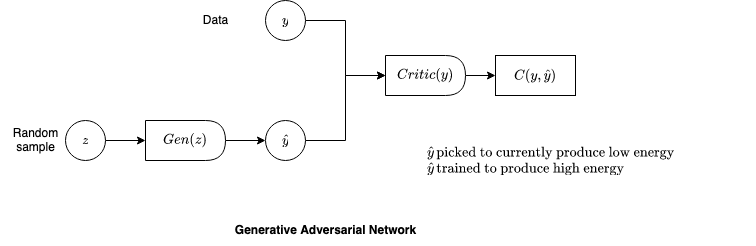
Before: machine_learning/diagrams/gan.drawio.png, a diagram exported from draw.io (analytiq-hub/sigagent.github.io). Source tidied: cells renumbered, new cells last; positions are measured from the earlier drawing's top-left corner, leaving out a move shared by most shapes. The source it was exported from:
```xml
<mxGraphModel background="#ffffff" math="1">
  <root>
    <mxCell id="0" />
    <mxCell id="1" parent="0" />
    <mxCell id="2" style="edgeStyle=orthogonalEdgeStyle;rounded=0;jettySize=auto;html=1;exitX=1;exitY=0.5;exitDx=0;exitDy=0;entryX=0.5;entryY=1;entryDx=0;entryDy=0;" parent="1" edge="1" source="3">
      <mxGeometry relative="1" as="geometry">
        <mxPoint x="145" y="140" as="targetPoint" />
      </mxGeometry>
    </mxCell>
    <mxCell id="3" value="$$z$$" style="ellipse;whiteSpace=wrap;html=1;" parent="1" vertex="1">
      <mxGeometry x="65" y="120" width="40" height="40" as="geometry" />
    </mxCell>
    <mxCell id="4" value="&lt;div&gt;Random &lt;br&gt;&lt;/div&gt;&lt;div&gt;sample&lt;/div&gt;" style="text;html=1;align=center;verticalAlign=middle;strokeColor=none;fillColor=none;" parent="1" vertex="1">
      <mxGeometry y="120" width="70" height="40" as="geometry" />
    </mxCell>
    <mxCell id="5" value="&lt;b&gt;Generative Adversarial Network&lt;/b&gt;" style="text;html=1;align=center;verticalAlign=middle;strokeColor=none;fillColor=none;" parent="1" vertex="1">
      <mxGeometry x="225" y="215" width="200" height="30" as="geometry" />
    </mxCell>
    <mxCell id="6" value="$$C(y, \hat{y})$$" style="rounded=0;whiteSpace=wrap;html=1;" parent="1" vertex="1">
      <mxGeometry x="495" y="55" width="80" height="40" as="geometry" />
    </mxCell>
    <mxCell id="7" style="edgeStyle=orthogonalEdgeStyle;rounded=0;jettySize=auto;html=1;exitX=0.5;exitY=0;exitDx=0;exitDy=0;entryX=0;entryY=0.5;entryDx=0;entryDy=0;" parent="1" edge="1" target="9">
      <mxGeometry relative="1" as="geometry">
        <mxPoint x="225" y="140" as="sourcePoint" />
      </mxGeometry>
    </mxCell>
    <mxCell id="8" style="edgeStyle=orthogonalEdgeStyle;rounded=0;jettySize=auto;html=1;entryX=0;entryY=0.5;entryDx=0;entryDy=0;" parent="1" edge="1" source="9" target="16">
      <mxGeometry relative="1" as="geometry" />
    </mxCell>
    <mxCell id="9" value="$$\hat{y}$$" style="ellipse;whiteSpace=wrap;html=1;" parent="1" vertex="1">
      <mxGeometry x="265" y="120" width="40" height="40" as="geometry" />
    </mxCell>
    <mxCell id="10" style="edgeStyle=orthogonalEdgeStyle;rounded=0;jettySize=auto;html=1;exitX=1;exitY=0.5;exitDx=0;exitDy=0;entryX=0;entryY=0.5;entryDx=0;entryDy=0;" parent="1" edge="1" source="11" target="16">
      <mxGeometry relative="1" as="geometry" />
    </mxCell>
    <mxCell id="11" value="$$y$$" style="ellipse;whiteSpace=wrap;html=1;" parent="1" vertex="1">
      <mxGeometry x="265" width="40" height="40" as="geometry" />
    </mxCell>
    <mxCell id="12" value="&lt;div&gt;$$\hat{y}\, \text{picked to currently produce low energy}$$&lt;/div&gt;&lt;div&gt;$$\hat{y}\, \text{trained to produce high energy}$$&lt;/div&gt;" style="text;html=1;align=left;verticalAlign=middle;strokeColor=none;fillColor=none;" parent="1" vertex="1">
      <mxGeometry x="425" y="140" width="330" height="40" as="geometry" />
    </mxCell>
    <mxCell id="13" style="edgeStyle=orthogonalEdgeStyle;rounded=0;jettySize=auto;html=1;exitX=0.5;exitY=0;exitDx=0;exitDy=0;" parent="1" edge="1" target="6">
      <mxGeometry relative="1" as="geometry">
        <mxPoint x="465" y="75" as="sourcePoint" />
      </mxGeometry>
    </mxCell>
    <mxCell id="14" value="Data" style="text;html=1;align=center;verticalAlign=middle;strokeColor=none;fillColor=none;" parent="1" vertex="1">
      <mxGeometry x="190" y="5" width="50" height="30" as="geometry" />
    </mxCell>
    <mxCell id="15" value="$$Gen(z)$$" style="shape=delay;whiteSpace=wrap;html=1;" parent="1" vertex="1">
      <mxGeometry x="145" y="120" width="80" height="40" as="geometry" />
    </mxCell>
    <mxCell id="16" value="$$Critic(y)$$" style="shape=delay;whiteSpace=wrap;html=1;" parent="1" vertex="1">
      <mxGeometry x="385" y="55" width="80" height="40" as="geometry" />
    </mxCell>
  </root>
</mxGraphModel>
```
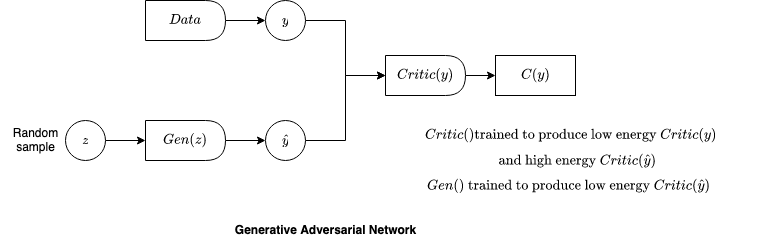
The same diagram one commit later.

What changed in the source:
```diff
@@ -16,7 +16,7 @@
     <mxCell id="5" value="&lt;b&gt;Generative Adversarial Network&lt;/b&gt;" style="text;html=1;align=center;verticalAlign=middle;strokeColor=none;fillColor=none;" parent="1" vertex="1">
       <mxGeometry x="225" y="215" width="200" height="30" as="geometry" />
     </mxCell>
-    <mxCell id="6" value="$$C(y, \hat{y})$$" style="rounded=0;whiteSpace=wrap;html=1;" parent="1" vertex="1">
+    <mxCell id="6" value="$$C(y)$$" style="rounded=0;whiteSpace=wrap;html=1;" parent="1" vertex="1">
       <mxGeometry x="495" y="55" width="80" height="40" as="geometry" />
     </mxCell>
     <mxCell id="7" style="edgeStyle=orthogonalEdgeStyle;rounded=0;jettySize=auto;html=1;exitX=0.5;exitY=0;exitDx=0;exitDy=0;entryX=0;entryY=0.5;entryDx=0;entryDy=0;" parent="1" edge="1" target="9">
@@ -36,22 +36,31 @@
     <mxCell id="11" value="$$y$$" style="ellipse;whiteSpace=wrap;html=1;" parent="1" vertex="1">
       <mxGeometry x="265" width="40" height="40" as="geometry" />
     </mxCell>
-    <mxCell id="12" value="&lt;div&gt;$$\hat{y}\, \text{picked to currently produce low energy}$$&lt;/div&gt;&lt;div&gt;$$\hat{y}\, \text{trained to produce high energy}$$&lt;/div&gt;" style="text;html=1;align=left;verticalAlign=middle;strokeColor=none;fillColor=none;" parent="1" vertex="1">
-      <mxGeometry x="425" y="140" width="330" height="40" as="geometry" />
+    <mxCell id="12" value="&lt;div&gt;$$Gen() \text{ trained to produce low energy } Critic(\hat{y})$$&lt;/div&gt;" style="text;html=1;align=left;verticalAlign=middle;strokeColor=none;fillColor=none;" parent="1" vertex="1">
+      <mxGeometry x="425" y="170" width="350" height="30" as="geometry" />
     </mxCell>
     <mxCell id="13" style="edgeStyle=orthogonalEdgeStyle;rounded=0;jettySize=auto;html=1;exitX=0.5;exitY=0;exitDx=0;exitDy=0;" parent="1" edge="1" target="6">
       <mxGeometry relative="1" as="geometry">
         <mxPoint x="465" y="75" as="sourcePoint" />
       </mxGeometry>
     </mxCell>
-    <mxCell id="14" value="Data" style="text;html=1;align=center;verticalAlign=middle;strokeColor=none;fillColor=none;" parent="1" vertex="1">
-      <mxGeometry x="190" y="5" width="50" height="30" as="geometry" />
-    </mxCell>
     <mxCell id="15" value="$$Gen(z)$$" style="shape=delay;whiteSpace=wrap;html=1;" parent="1" vertex="1">
       <mxGeometry x="145" y="120" width="80" height="40" as="geometry" />
     </mxCell>
     <mxCell id="16" value="$$Critic(y)$$" style="shape=delay;whiteSpace=wrap;html=1;" parent="1" vertex="1">
       <mxGeometry x="385" y="55" width="80" height="40" as="geometry" />
     </mxCell>
+    <mxCell id="17" value="$$Critic() \text{trained to produce low energy } Critic(y)$$" style="text;html=1;align=center;verticalAlign=middle;strokeColor=none;fillColor=none;" parent="1" vertex="1">
+      <mxGeometry x="405" y="120" width="330" height="30" as="geometry" />
+    </mxCell>
+    <mxCell id="18" value="&lt;div&gt;$$\text{ and high energy } Critic (\hat{y})$$&lt;/div&gt;" style="text;html=1;align=center;verticalAlign=middle;strokeColor=none;fillColor=none;" parent="1" vertex="1">
+      <mxGeometry x="450" y="145" width="250" height="30" as="geometry" />
+    </mxCell>
+    <mxCell id="19" style="edgeStyle=orthogonalEdgeStyle;rounded=0;jettySize=auto;html=1;exitX=1;exitY=0.5;exitDx=0;exitDy=0;entryX=0;entryY=0.5;entryDx=0;entryDy=0;" parent="1" edge="1" source="20" target="11">
+      <mxGeometry relative="1" as="geometry" />
+    </mxCell>
+    <mxCell id="20" value="$$Data$$" style="shape=delay;whiteSpace=wrap;html=1;" parent="1" vertex="1">
+      <mxGeometry x="145" width="80" height="40" as="geometry" />
+    </mxCell>
   </root>
 </mxGraphModel>
```
